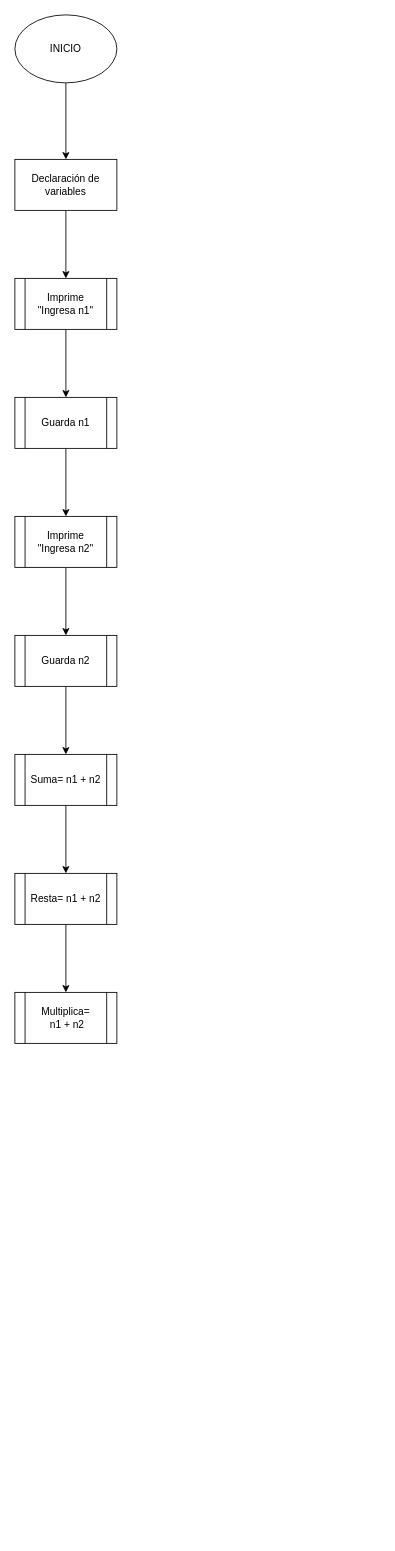
This is C++.drawio from Greyslor/LenguajesInterpretados1, a draw.io file, before an edit. Source tidied: cells renumbered, new cells numbered last; positions are measured from the earlier drawing's top-left corner, leaving out a move shared by most shapes. Both pictures are drawn from the tidied source at 85%, with x=0, y=0 at pixel (14, 14).
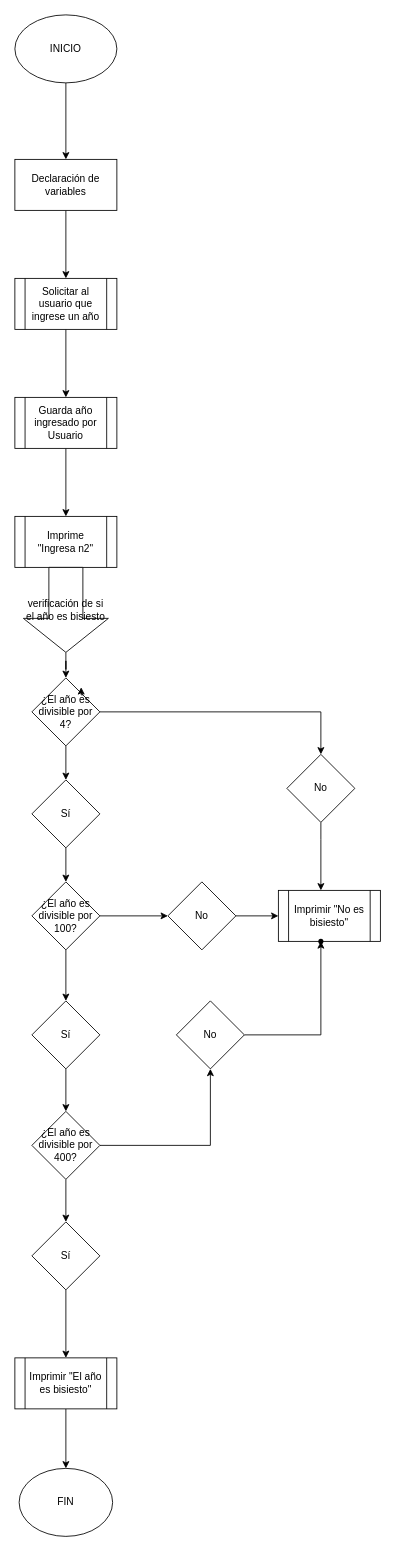
The same diagram, later.

Unchanged cells that the change refers to:
```xml
<mxCell id="11" value="Imprime&lt;br&gt;&quot;Ingresa n2&quot;" style="shape=process;whiteSpace=wrap;html=1;backgroundOutline=1;" parent="1" vertex="1">
  <mxGeometry y="590" width="120" height="60" as="geometry" />
</mxCell>
```

The edit, as a diff of the source:
```diff
@@
-    <mxCell id="7" value="Imprime&lt;br&gt;&quot;Ingresa n1&quot;" style="shape=process;whiteSpace=wrap;html=1;backgroundOutline=1;" parent="1" vertex="1">
+    <mxCell id="7" value="Solicitar al usuario que ingrese un año" style="shape=process;whiteSpace=wrap;html=1;backgroundOutline=1;" parent="1" vertex="1">
       <mxGeometry y="310" width="120" height="60" as="geometry" />
     </mxCell>
@@
-    <mxCell id="9" value="Guarda n1" style="shape=process;whiteSpace=wrap;html=1;backgroundOutline=1;" parent="1" vertex="1">
+    <mxCell id="9" value="Guarda año ingresado por Usuario" style="shape=process;whiteSpace=wrap;html=1;backgroundOutline=1;" parent="1" vertex="1">
       <mxGeometry y="450" width="120" height="60" as="geometry" />
     </mxCell>
-    <mxCell id="10" style="edgeStyle=orthogonalEdgeStyle;rounded=0;jettySize=auto;html=1;" parent="1" edge="1" source="11" target="13">
-      <mxGeometry relative="1" as="geometry" />
-    </mxCell>
+    <mxCell id="19" style="edgeStyle=orthogonalEdgeStyle;rounded=0;jettySize=auto;html=1;" parent="1" edge="1" source="11" target="21">
+      <mxGeometry relative="1" as="geometry" />
+    </mxCell>
@@
-    <mxCell id="12" style="edgeStyle=orthogonalEdgeStyle;rounded=0;jettySize=auto;html=1;" parent="1" edge="1" source="13" target="15">
-      <mxGeometry relative="1" as="geometry" />
-    </mxCell>
-    <mxCell id="13" value="Guarda n2" style="shape=process;whiteSpace=wrap;html=1;backgroundOutline=1;" parent="1" vertex="1">
-      <mxGeometry y="730" width="120" height="60" as="geometry" />
-    </mxCell>
-    <mxCell id="14" style="edgeStyle=orthogonalEdgeStyle;rounded=0;jettySize=auto;html=1;" parent="1" edge="1" source="15" target="17">
-      <mxGeometry relative="1" as="geometry" />
-    </mxCell>
-    <mxCell id="15" value="Suma= n1 + n2" style="shape=process;whiteSpace=wrap;html=1;backgroundOutline=1;" parent="1" vertex="1">
-      <mxGeometry y="870" width="120" height="60" as="geometry" />
-    </mxCell>
-    <mxCell id="16" style="edgeStyle=orthogonalEdgeStyle;rounded=0;jettySize=auto;html=1;" parent="1" edge="1" source="17" target="18">
-      <mxGeometry relative="1" as="geometry" />
-    </mxCell>
-    <mxCell id="17" value="Resta= n1 + n2" style="shape=process;whiteSpace=wrap;html=1;backgroundOutline=1;" parent="1" vertex="1">
-      <mxGeometry y="1010" width="120" height="60" as="geometry" />
-    </mxCell>
-    <mxCell id="18" value="Multiplica=&lt;br&gt;&amp;nbsp;n1 + n2" style="shape=process;whiteSpace=wrap;html=1;backgroundOutline=1;" parent="1" vertex="1">
-      <mxGeometry y="1150" width="120" height="60" as="geometry" />
-    </mxCell>
+    <mxCell id="20" style="edgeStyle=orthogonalEdgeStyle;rounded=0;jettySize=auto;html=1;" parent="1" edge="1" source="21" target="24">
+      <mxGeometry relative="1" as="geometry" />
+    </mxCell>
+    <mxCell id="21" value="verificación de si el año es bisiesto" style="shape=singleArrow;whiteSpace=wrap;html=1;arrowWidth=0.4;arrowSize=0.4;direction=south;" parent="1" vertex="1">
+      <mxGeometry x="10" y="650" width="100" height="100" as="geometry" />
+    </mxCell>
+    <mxCell id="22" style="edgeStyle=orthogonalEdgeStyle;rounded=0;jettySize=auto;html=1;" parent="1" edge="1" source="24" target="27">
+      <mxGeometry relative="1" as="geometry" />
+    </mxCell>
+    <mxCell id="23" style="edgeStyle=orthogonalEdgeStyle;rounded=0;jettySize=auto;html=1;" parent="1" edge="1" source="24" target="29">
+      <mxGeometry relative="1" as="geometry" />
+    </mxCell>
+    <mxCell id="24" value="¿El año es divisible por 4?" style="rhombus;whiteSpace=wrap;html=1;" parent="1" vertex="1">
+      <mxGeometry x="20" y="780" width="80" height="80" as="geometry" />
+    </mxCell>
+    <mxCell id="25" style="edgeStyle=orthogonalEdgeStyle;rounded=0;orthogonalLoop=1;jettySize=auto;html=1;exitX=1;exitY=0;exitDx=0;exitDy=0;entryX=0.725;entryY=0.138;entryDx=0;entryDy=0;entryPerimeter=0;" parent="1" edge="1" source="24" target="24">
+      <mxGeometry relative="1" as="geometry" />
+    </mxCell>
+    <mxCell id="26" style="edgeStyle=orthogonalEdgeStyle;rounded=0;jettySize=auto;html=1;" parent="1" edge="1" source="27" target="44">
+      <mxGeometry relative="1" as="geometry">
+        <Array as="points">
+          <mxPoint x="360" y="970" />
+          <mxPoint x="360" y="970" />
+        </Array>
+      </mxGeometry>
+    </mxCell>
+    <mxCell id="27" value="No" style="rhombus;whiteSpace=wrap;html=1;" parent="1" vertex="1">
+      <mxGeometry x="320" y="870" width="80" height="80" as="geometry" />
+    </mxCell>
+    <mxCell id="28" style="edgeStyle=orthogonalEdgeStyle;rounded=0;jettySize=auto;html=1;" parent="1" edge="1" source="29" target="32">
+      <mxGeometry relative="1" as="geometry" />
+    </mxCell>
+    <mxCell id="29" value="Sí" style="rhombus;whiteSpace=wrap;html=1;" parent="1" vertex="1">
+      <mxGeometry x="20" y="900" width="80" height="80" as="geometry" />
+    </mxCell>
+    <mxCell id="30" style="edgeStyle=orthogonalEdgeStyle;rounded=0;jettySize=auto;html=1;" parent="1" edge="1" source="32" target="34">
+      <mxGeometry relative="1" as="geometry" />
+    </mxCell>
+    <mxCell id="31" style="edgeStyle=orthogonalEdgeStyle;rounded=0;jettySize=auto;html=1;" parent="1" edge="1" source="32" target="36">
+      <mxGeometry relative="1" as="geometry" />
+    </mxCell>
+    <mxCell id="32" value="¿El año es divisible por 100?" style="rhombus;whiteSpace=wrap;html=1;" parent="1" vertex="1">
+      <mxGeometry x="20" y="1020" width="80" height="80" as="geometry" />
+    </mxCell>
+    <mxCell id="33" style="edgeStyle=orthogonalEdgeStyle;rounded=0;jettySize=auto;html=1;" parent="1" edge="1" source="34" target="39">
+      <mxGeometry relative="1" as="geometry" />
+    </mxCell>
+    <mxCell id="34" value="Sí" style="rhombus;whiteSpace=wrap;html=1;" parent="1" vertex="1">
+      <mxGeometry x="20" y="1160" width="80" height="80" as="geometry" />
+    </mxCell>
+    <mxCell id="35" style="edgeStyle=orthogonalEdgeStyle;rounded=0;jettySize=auto;html=1;" parent="1" edge="1" source="36" target="44">
+      <mxGeometry relative="1" as="geometry" />
+    </mxCell>
+    <mxCell id="36" value="No" style="rhombus;whiteSpace=wrap;html=1;" parent="1" vertex="1">
+      <mxGeometry x="180" y="1020" width="80" height="80" as="geometry" />
+    </mxCell>
+    <mxCell id="37" style="edgeStyle=orthogonalEdgeStyle;rounded=0;jettySize=auto;html=1;" parent="1" edge="1" source="39" target="41">
+      <mxGeometry relative="1" as="geometry" />
+    </mxCell>
+    <mxCell id="38" style="edgeStyle=orthogonalEdgeStyle;rounded=0;jettySize=auto;html=1;" parent="1" edge="1" source="39" target="43">
+      <mxGeometry relative="1" as="geometry" />
+    </mxCell>
+    <mxCell id="39" value="¿El año es divisible por 400?" style="rhombus;whiteSpace=wrap;html=1;" parent="1" vertex="1">
+      <mxGeometry x="20" y="1290" width="80" height="80" as="geometry" />
+    </mxCell>
+    <mxCell id="40" style="edgeStyle=orthogonalEdgeStyle;rounded=0;jettySize=auto;html=1;" parent="1" edge="1" source="41" target="45">
+      <mxGeometry relative="1" as="geometry" />
+    </mxCell>
+    <mxCell id="41" value="No" style="rhombus;whiteSpace=wrap;html=1;" parent="1" vertex="1">
+      <mxGeometry x="190" y="1160" width="80" height="80" as="geometry" />
+    </mxCell>
+    <mxCell id="42" style="edgeStyle=orthogonalEdgeStyle;rounded=0;jettySize=auto;html=1;" parent="1" edge="1" source="43" target="47">
+      <mxGeometry relative="1" as="geometry" />
+    </mxCell>
+    <mxCell id="43" value="Sí" style="rhombus;whiteSpace=wrap;html=1;" parent="1" vertex="1">
+      <mxGeometry x="20" y="1420" width="80" height="80" as="geometry" />
+    </mxCell>
+    <mxCell id="44" value="Imprimir &quot;No es bisiesto&quot;" style="shape=process;whiteSpace=wrap;html=1;backgroundOutline=1;" parent="1" vertex="1">
+      <mxGeometry x="310" y="1030" width="120" height="60" as="geometry" />
+    </mxCell>
+    <mxCell id="45" style="shape=waypoint;sketch=0;size=6;points=[];fillColor=default;perimeter=centerPerimeter;snapToPoint=1;" parent="1" vertex="1">
+      <mxGeometry x="350" y="1080" width="20" height="20" as="geometry" />
+    </mxCell>
+    <mxCell id="46" style="edgeStyle=orthogonalEdgeStyle;rounded=0;jettySize=auto;html=1;" parent="1" edge="1" source="47" target="48">
+      <mxGeometry relative="1" as="geometry" />
+    </mxCell>
+    <mxCell id="47" value="Imprimir &quot;El año es bisiesto&quot;" style="shape=process;whiteSpace=wrap;html=1;backgroundOutline=1;" parent="1" vertex="1">
+      <mxGeometry y="1580" width="120" height="60" as="geometry" />
+    </mxCell>
+    <mxCell id="48" value="FIN" style="ellipse;whiteSpace=wrap;html=1;" parent="1" vertex="1">
+      <mxGeometry x="5" y="1710" width="110" height="80" as="geometry" />
+    </mxCell>
```
